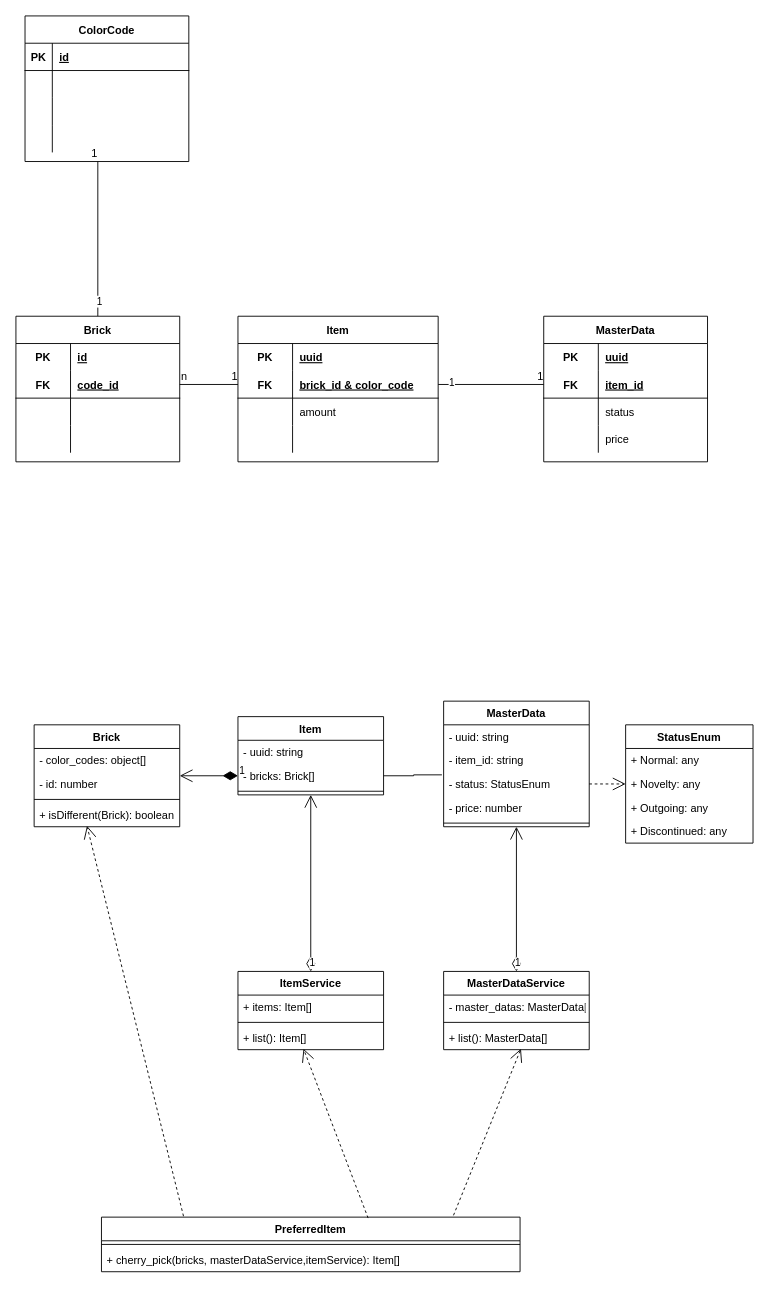
The draw.io diagram Untitled Diagram.drawio in coolloic/coolloic, before the edit. Source tidied: cells renumbered, new cells numbered last; positions are measured from the earlier drawing's top-left corner, leaving out a move shared by most shapes. Both pictures are drawn from the tidied source at 91%, with x=0, y=0 at pixel (15, 15).
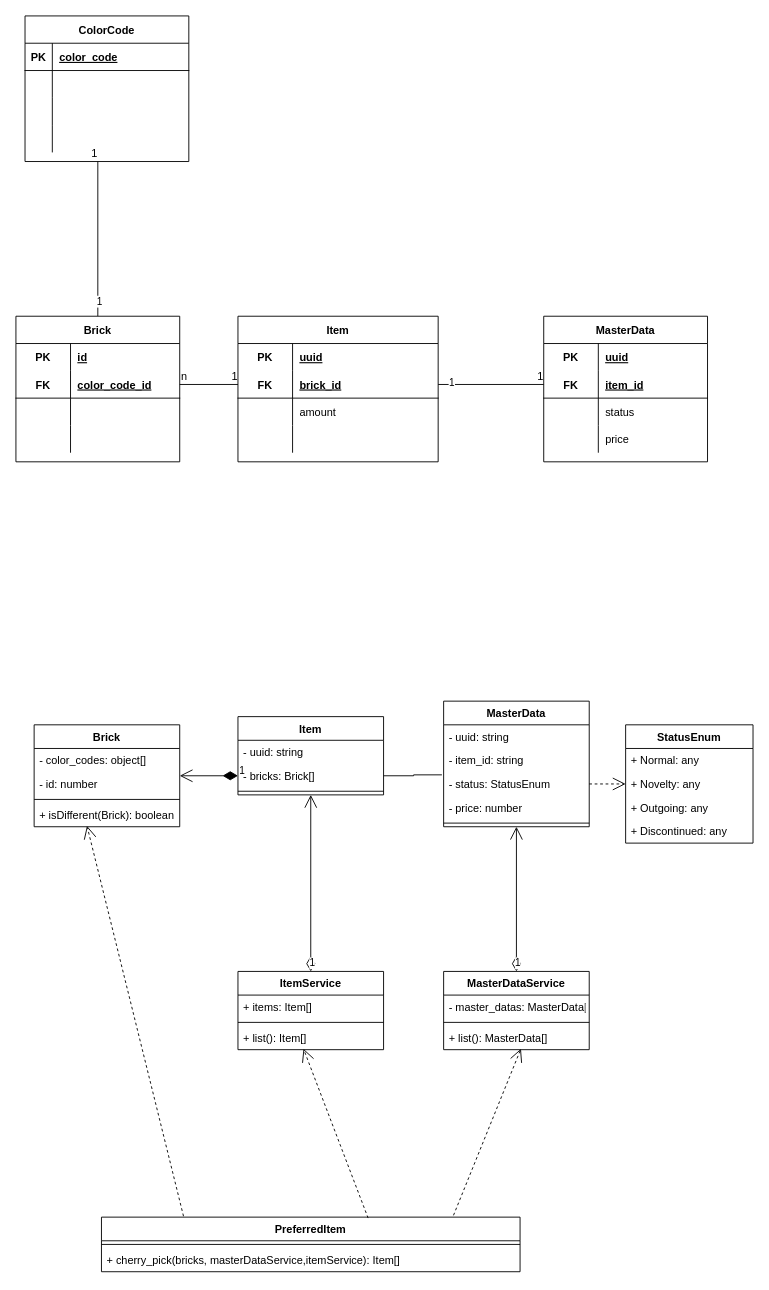
The same diagram, later.

Unchanged cells that the change refers to:
```xml
<mxCell id="45" style="shape=tableRow;horizontal=0;startSize=0;swimlaneHead=0;swimlaneBody=0;fillColor=none;points=[[0,0.5],[1,0.5]];portConstraint=eastwest;top=0;left=0;right=0;bottom=1;" parent="41" vertex="1">
  <mxGeometry y="60" width="220" height="30" as="geometry" />
</mxCell>
<mxCell id="74" style="shape=tableRow;horizontal=0;startSize=0;swimlaneHead=0;swimlaneBody=0;fillColor=none;top=0;left=0;right=0;bottom=1;" parent="73" vertex="1">
  <mxGeometry y="30" width="180" height="30" as="geometry" />
</mxCell>
<mxCell id="93" style="shape=tableRow;horizontal=0;startSize=0;swimlaneHead=0;swimlaneBody=0;fillColor=none;points=[[0,0.5],[1,0.5]];portConstraint=eastwest;top=0;left=0;right=0;bottom=1;" parent="89" vertex="1">
  <mxGeometry y="60" width="180" height="30" as="geometry" />
</mxCell>
```

The edit, as a diff of the source:
```diff
@@
-    <mxCell id="47" value="brick_id &amp; color_code" style="shape=partialRectangle;fillColor=none;top=0;left=0;bottom=0;right=0;align=left;spacingLeft=6;fontStyle=5;overflow=hidden;" parent="45" vertex="1">
+    <mxCell id="47" value="brick_id" style="shape=partialRectangle;fillColor=none;top=0;left=0;bottom=0;right=0;align=left;spacingLeft=6;fontStyle=5;overflow=hidden;" parent="45" vertex="1">
       <mxGeometry x="60" width="160" height="30" as="geometry" />
     </mxCell>
@@
-    <mxCell id="76" value="id" style="shape=partialRectangle;fillColor=none;top=0;left=0;bottom=0;right=0;align=left;spacingLeft=6;fontStyle=5;overflow=hidden;" parent="74" vertex="1">
+    <mxCell id="76" value="color_code" style="shape=partialRectangle;fillColor=none;top=0;left=0;bottom=0;right=0;align=left;spacingLeft=6;fontStyle=5;overflow=hidden;" parent="74" vertex="1">
       <mxGeometry x="30" width="150" height="30" as="geometry" />
     </mxCell>
@@
-    <mxCell id="95" value="code_id" style="shape=partialRectangle;fillColor=none;top=0;left=0;bottom=0;right=0;align=left;spacingLeft=6;fontStyle=5;overflow=hidden;" parent="93" vertex="1">
+    <mxCell id="95" value="color_code_id" style="shape=partialRectangle;fillColor=none;top=0;left=0;bottom=0;right=0;align=left;spacingLeft=6;fontStyle=5;overflow=hidden;" parent="93" vertex="1">
       <mxGeometry x="60" width="120" height="30" as="geometry" />
     </mxCell>
```
